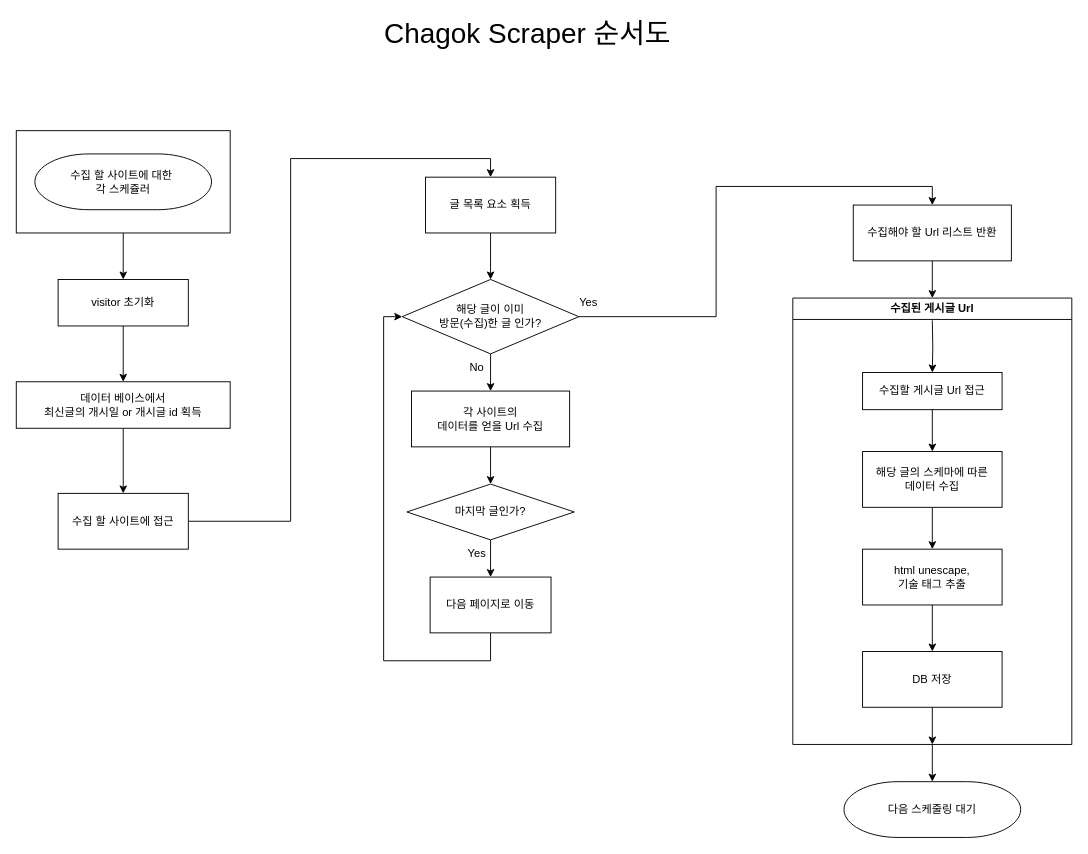
The draw.io diagram overview/scraper 순서도.drawio in Chagok-Integrated-for-DevProject/Chagok-BackEnd-Scraper, before the edit. Source tidied: cells renumbered, new cells numbered last; positions are measured from the earlier drawing's top-left corner, leaving out a move shared by most shapes. Both pictures are drawn from the tidied source at 93%, with x=0, y=0 at pixel (16, 19).
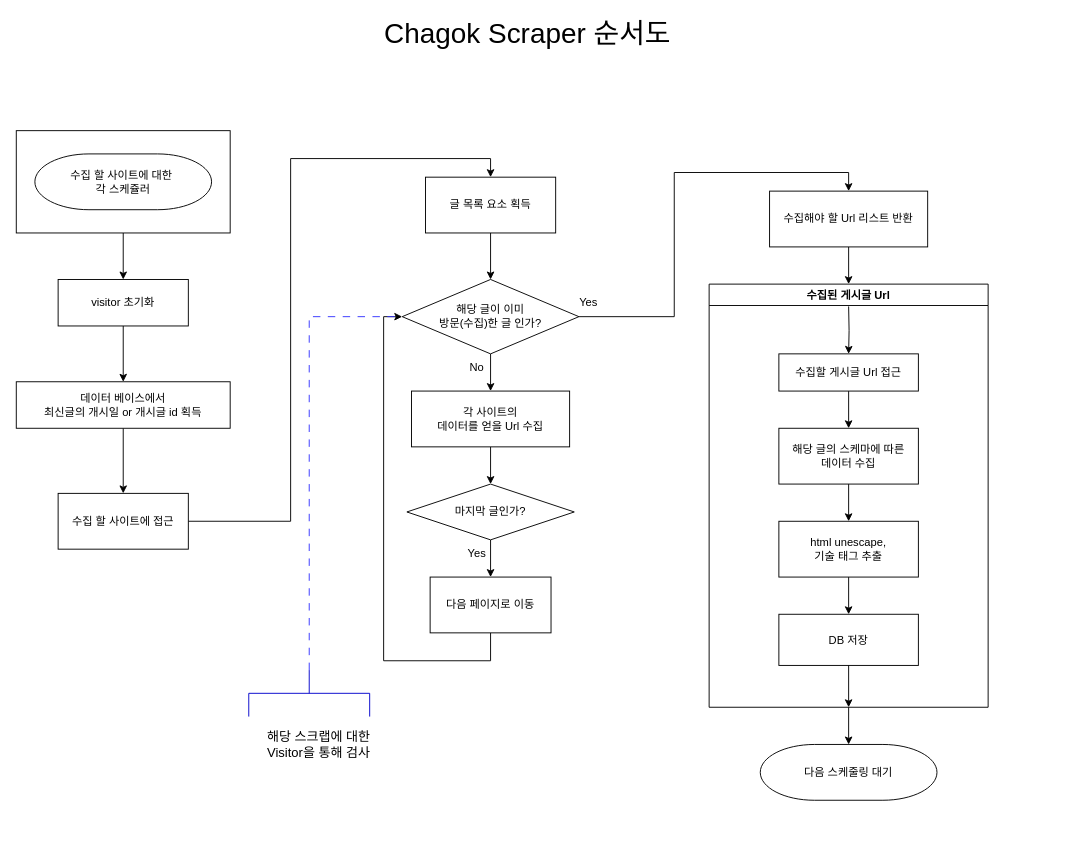
The same page after the edit.

Commit message (it also covers changes not shown here):
Read Me 수정 및 추가 - scraper 순서도 수정 - scraper 클래스 다이어그램 추가

The change refers to these unchanged cells:
```xml
<mxCell id="31" value="&lt;div&gt;해당 글이 이미&lt;/div&gt;&lt;div&gt;방문(수집)한 글 인가?&lt;br&gt;&lt;/div&gt;" style="rhombus;whiteSpace=wrap;html=1;" parent="1" vertex="1">
  <mxGeometry x="415" y="280" width="190" height="80" as="geometry" />
</mxCell>
```

What changed in the source:
```diff
@@
     <mxCell id="4" value="수집해야 할 Url 리스트 반환" style="rounded=0;whiteSpace=wrap;html=1;" parent="1" vertex="1">
-      <mxGeometry x="900" y="200" width="170" height="60" as="geometry" />
+      <mxGeometry x="810" y="185" width="170" height="60" as="geometry" />
     </mxCell>
@@
     <mxCell id="8" value="수집된 게시글 Url" style="swimlane;whiteSpace=wrap;html=1;" parent="1" vertex="1">
-      <mxGeometry x="835" y="300" width="300" height="480" as="geometry" />
+      <mxGeometry x="745" y="285" width="300" height="455" as="geometry" />
     </mxCell>
@@
     <mxCell id="10" value="&lt;div&gt;해당 글의 스케마에 따른&lt;/div&gt;&lt;div&gt;데이터 수집&lt;br&gt;&lt;/div&gt;" style="rounded=0;whiteSpace=wrap;html=1;" parent="8" vertex="1">
-      <mxGeometry x="75" y="165" width="150" height="60" as="geometry" />
+      <mxGeometry x="75" y="155" width="150" height="60" as="geometry" />
     </mxCell>
@@
     <mxCell id="12" value="&lt;div&gt;html unescape, &lt;br&gt;&lt;/div&gt;&lt;div&gt;기술 태그 추출&lt;/div&gt;" style="rounded=0;whiteSpace=wrap;html=1;" parent="8" vertex="1">
-      <mxGeometry x="75" y="270" width="150" height="60" as="geometry" />
+      <mxGeometry x="75" y="255" width="150" height="60" as="geometry" />
     </mxCell>
     <mxCell id="13" value="DB 저장" style="rounded=0;whiteSpace=wrap;html=1;" parent="8" vertex="1">
-      <mxGeometry x="75" y="380" width="150" height="60" as="geometry" />
+      <mxGeometry x="75" y="355" width="150" height="55" as="geometry" />
     </mxCell>
@@
     <mxCell id="16" value="수집할 게시글 Url 접근" style="rounded=0;whiteSpace=wrap;html=1;" parent="8" vertex="1">
-      <mxGeometry x="75" y="80" width="150" height="40" as="geometry" />
+      <mxGeometry x="75" y="75" width="150" height="40" as="geometry" />
     </mxCell>
@@
     <mxCell id="39" value="다음 스케줄링 대기" style="strokeWidth=1;html=1;shape=mxgraph.flowchart.terminator;whiteSpace=wrap;" parent="1" vertex="1">
-      <mxGeometry x="890" y="820" width="190" height="60" as="geometry" />
+      <mxGeometry x="800" y="780" width="190" height="60" as="geometry" />
     </mxCell>
+    <mxCell id="40" style="edgeStyle=orthogonalEdgeStyle;rounded=0;jettySize=auto;html=1;entryX=0;entryY=0.5;entryDx=0;entryDy=0;exitX=0;exitY=0.5;exitDx=0;exitDy=0;exitPerimeter=0;strokeColor=#3333FF;dashed=1;dashPattern=8 8;endArrow=none;endFill=0;" parent="1" edge="1" source="41" target="31">
+      <mxGeometry relative="1" as="geometry" />
+    </mxCell>
+    <mxCell id="41" style="strokeWidth=1;html=1;shape=mxgraph.flowchart.annotation_2;align=left;labelPosition=right;rotation=90;strokeColor=#0000CC;" parent="1" vertex="1">
+      <mxGeometry x="290" y="660" width="50" height="130" as="geometry" />
+    </mxCell>
+    <mxCell id="42" value="&lt;div style=&quot;font-size: 14px;&quot;&gt;해당 스크랩에 대한&lt;br style=&quot;font-size: 14px;&quot;&gt;&lt;/div&gt;&lt;div style=&quot;font-size: 14px;&quot;&gt;Visitor을 통해 검사&lt;/div&gt;" style="text;html=1;align=center;verticalAlign=middle;strokeColor=none;fillColor=none;fontSize=14;" parent="1" vertex="1">
+      <mxGeometry x="255" y="755" width="140" height="50" as="geometry" />
+    </mxCell>
```
